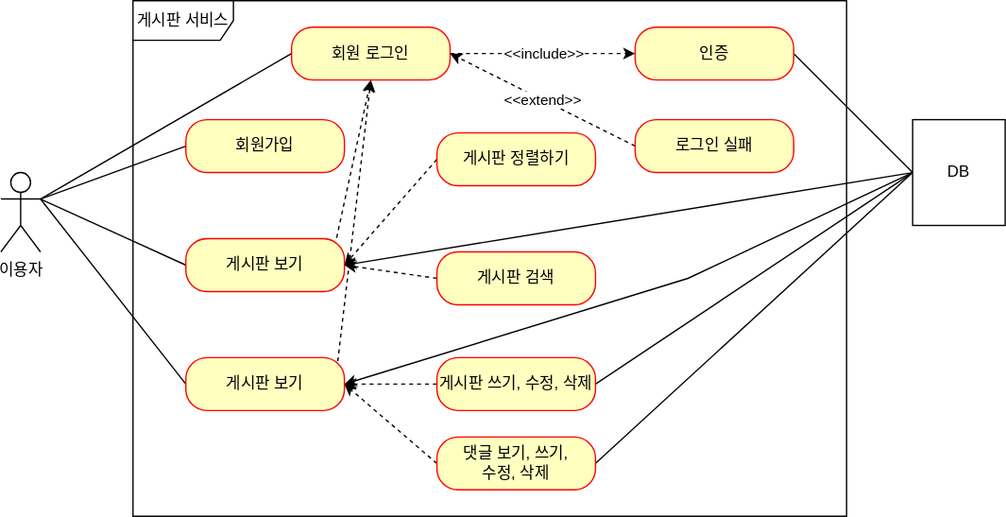
Earlier version of the draw.io export document/use-case.svg (flashrifle/project-board). Source tidied: cells renumbered, new cells last; positions are measured from the earlier drawing's top-left corner, leaving out a move shared by most shapes.
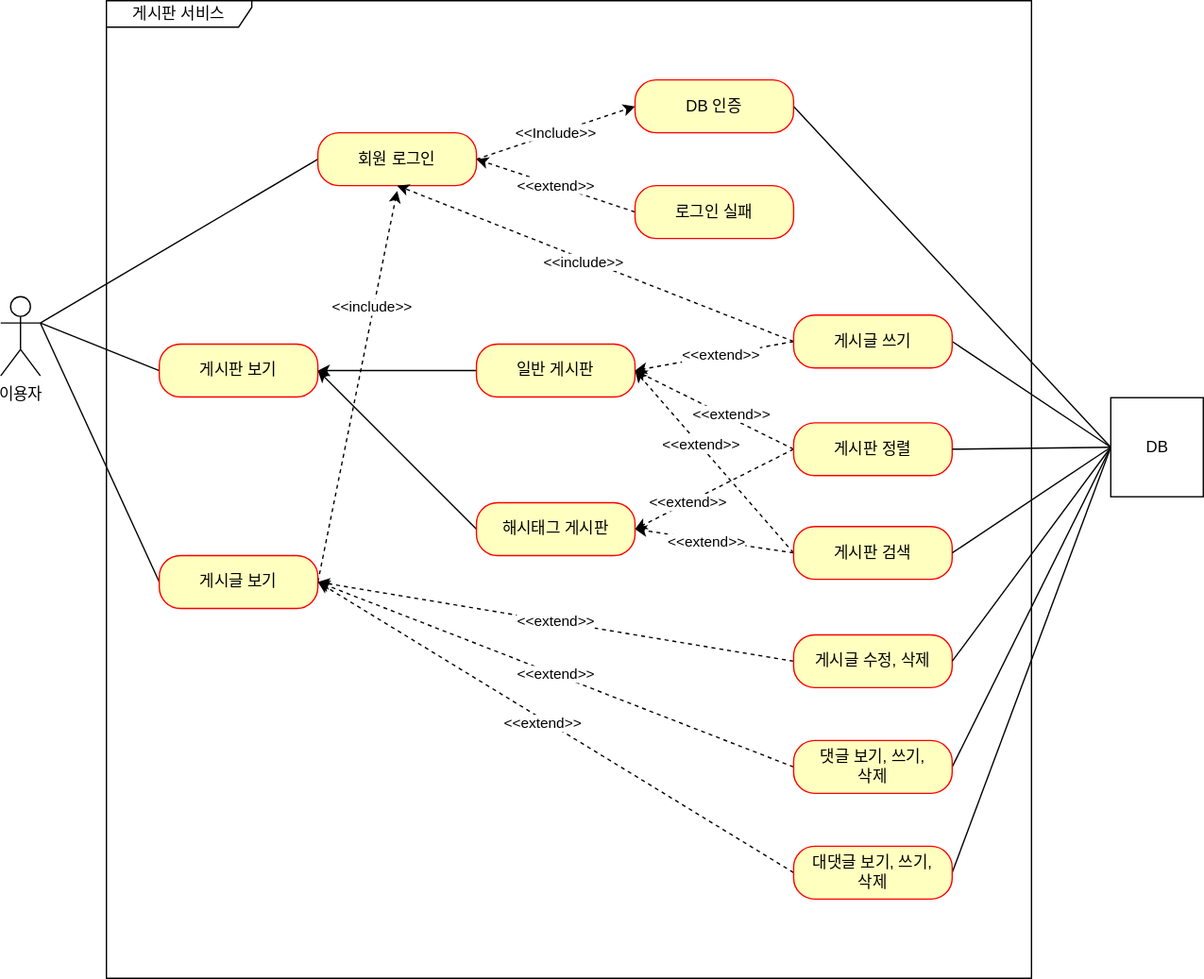
Later version of the same file.

Commit message:
#52 - use-case.svg: 현재 서비스 상황에 맞춰 업데이트

Change to the diagram source:
```diff
@@ -2,114 +2,165 @@
   <root>
     <mxCell id="0" />
     <mxCell id="1" parent="0" />
-    <mxCell id="2" value="이용자&lt;br&gt;" style="shape=umlActor;verticalLabelPosition=bottom;verticalAlign=top;html=1;" parent="1" vertex="1">
-      <mxGeometry y="130" width="30" height="60" as="geometry" />
+    <mxCell id="2" value="이용자" style="shape=umlActor;verticalLabelPosition=bottom;verticalAlign=top;html=1;" parent="1" vertex="1">
+      <mxGeometry x="-10" y="344" width="30" height="60" as="geometry" />
     </mxCell>
-    <mxCell id="3" value="게시판 서비스" style="shape=umlFrame;whiteSpace=wrap;html=1;width=76;height=30;" parent="1" vertex="1">
-      <mxGeometry x="100" width="540" height="390" as="geometry" />
+    <mxCell id="3" value="게시판 서비스" style="shape=umlFrame;whiteSpace=wrap;html=1;width=110;height=20;" parent="1" vertex="1">
+      <mxGeometry x="70" y="120" width="700" height="740" as="geometry" />
     </mxCell>
-    <mxCell id="4" style="jettySize=auto;html=1;exitX=0;exitY=0.5;exitDx=0;exitDy=0;entryX=1;entryY=0.3333333333333333;entryDx=0;entryDy=0;entryPerimeter=0;rounded=0;endArrow=none;endFill=0;" parent="1" edge="1" source="5" target="2">
-      <mxGeometry relative="1" as="geometry" />
-    </mxCell>
-    <mxCell id="5" value="회원가입" style="rounded=1;whiteSpace=wrap;html=1;arcSize=40;fontColor=#000000;fillColor=#ffffc0;strokeColor=#ff0000;" parent="1" vertex="1">
-      <mxGeometry x="140" y="90" width="120" height="40" as="geometry" />
-    </mxCell>
-    <mxCell id="6" style="rounded=0;jettySize=auto;html=1;endArrow=none;endFill=0;exitX=0;exitY=0.5;exitDx=0;exitDy=0;" parent="1" edge="1" source="8">
-      <mxGeometry relative="1" as="geometry">
-        <mxPoint x="30" y="150" as="targetPoint" />
-      </mxGeometry>
-    </mxCell>
-    <mxCell id="7" style="rounded=0;jettySize=auto;html=1;exitX=0.951;exitY=-0.017;exitDx=0;exitDy=0;entryX=0.5;entryY=1;entryDx=0;entryDy=0;dashed=1;exitPerimeter=0;" parent="1" edge="1" source="8" target="15">
-      <mxGeometry relative="1" as="geometry" />
-    </mxCell>
-    <mxCell id="8" value="게시판 보기" style="rounded=1;whiteSpace=wrap;html=1;arcSize=40;fontColor=#000000;fillColor=#ffffc0;strokeColor=#ff0000;" parent="1" vertex="1">
-      <mxGeometry x="140" y="180" width="120" height="40" as="geometry" />
-    </mxCell>
-    <mxCell id="9" style="rounded=0;jettySize=auto;html=1;endArrow=none;endFill=0;exitX=0;exitY=0.5;exitDx=0;exitDy=0;" parent="1" edge="1" source="11">
-      <mxGeometry relative="1" as="geometry">
-        <mxPoint x="30" y="150" as="targetPoint" />
-      </mxGeometry>
-    </mxCell>
-    <mxCell id="10" style="rounded=0;jettySize=auto;html=1;exitX=0.958;exitY=0.067;exitDx=0;exitDy=0;dashed=1;exitPerimeter=0;" parent="1" edge="1" source="11">
-      <mxGeometry relative="1" as="geometry">
-        <mxPoint x="280" y="60" as="targetPoint" />
-      </mxGeometry>
-    </mxCell>
-    <mxCell id="11" value="게시판 보기" style="rounded=1;whiteSpace=wrap;html=1;arcSize=40;fontColor=#000000;fillColor=#ffffc0;strokeColor=#ff0000;" parent="1" vertex="1">
-      <mxGeometry x="140" y="270" width="120" height="40" as="geometry" />
-    </mxCell>
-    <mxCell id="12" style="rounded=0;jettySize=auto;html=1;entryX=1;entryY=0.3333333333333333;entryDx=0;entryDy=0;entryPerimeter=0;exitX=0;exitY=0.5;exitDx=0;exitDy=0;endArrow=none;endFill=0;" parent="1" edge="1" source="15" target="2">
-      <mxGeometry relative="1" as="geometry" />
-    </mxCell>
-    <mxCell id="13" style="edgeStyle=orthogonalEdgeStyle;rounded=0;jettySize=auto;html=1;endArrow=classic;endFill=1;dashed=1;" parent="1" edge="1" source="15" target="17">
-      <mxGeometry relative="1" as="geometry" />
-    </mxCell>
-    <mxCell id="14" value="&amp;lt;&amp;lt;include&amp;gt;&amp;gt;" style="edgeLabel;html=1;align=center;verticalAlign=middle;" parent="13" vertex="1">
-      <mxGeometry x="-0.25" relative="1" as="geometry">
-        <mxPoint x="18" as="offset" />
-      </mxGeometry>
-    </mxCell>
+    <mxCell id="33" style="rounded=0;jettySize=auto;html=1;exitX=0;exitY=0.5;exitDx=0;exitDy=0;entryX=1;entryY=0.5;entryDx=0;entryDy=0;" parent="1" edge="1" source="34" target="36">
+      <mxGeometry relative="1" as="geometry" />
+    </mxCell>
+    <mxCell id="34" value="일반 게시판" style="rounded=1;whiteSpace=wrap;html=1;arcSize=40;fontColor=#000000;fillColor=#ffffc0;strokeColor=#ff0000;" parent="1" vertex="1">
+      <mxGeometry x="350" y="380" width="120" height="40" as="geometry" />
+    </mxCell>
+    <mxCell id="35" style="edgeStyle=none;rounded=0;jettySize=auto;html=1;exitX=0;exitY=0.5;exitDx=0;exitDy=0;entryX=1;entryY=0.3333333333333333;entryDx=0;entryDy=0;entryPerimeter=0;endArrow=none;endFill=0;" parent="1" edge="1" source="36" target="2">
+      <mxGeometry relative="1" as="geometry" />
+    </mxCell>
+    <mxCell id="36" value="게시판 보기" style="rounded=1;whiteSpace=wrap;html=1;arcSize=40;fontColor=#000000;fillColor=#ffffc0;strokeColor=#ff0000;" parent="1" vertex="1">
+      <mxGeometry x="110" y="380" width="120" height="40" as="geometry" />
+    </mxCell>
+    <mxCell id="37" style="edgeStyle=none;rounded=0;jettySize=auto;html=1;exitX=0;exitY=0.5;exitDx=0;exitDy=0;endArrow=none;endFill=0;" parent="1" edge="1" source="40">
+      <mxGeometry relative="1" as="geometry">
+        <mxPoint x="20" y="364" as="targetPoint" />
+      </mxGeometry>
+    </mxCell>
+    <mxCell id="38" style="edgeStyle=none;rounded=0;jettySize=auto;html=1;exitX=1;exitY=0.5;exitDx=0;exitDy=0;dashed=1;endArrow=classic;endFill=1;" parent="1" edge="1" source="40">
+      <mxGeometry relative="1" as="geometry">
+        <mxPoint x="290" y="264" as="targetPoint" />
+      </mxGeometry>
+    </mxCell>
+    <mxCell id="39" value="&amp;lt;&amp;lt;include&amp;gt;&amp;gt;" style="edgeLabel;html=1;align=center;verticalAlign=middle;" parent="38" vertex="1">
+      <mxGeometry x="0.41" y="2" relative="1" as="geometry" />
+    </mxCell>
+    <mxCell id="40" value="게시글 보기" style="rounded=1;whiteSpace=wrap;html=1;arcSize=40;fontColor=#000000;fillColor=#ffffc0;strokeColor=#ff0000;" parent="1" vertex="1">
+      <mxGeometry x="110" y="540" width="120" height="40" as="geometry" />
+    </mxCell>
+    <mxCell id="41" style="edgeStyle=none;rounded=0;jettySize=auto;html=1;exitX=0;exitY=0.5;exitDx=0;exitDy=0;endArrow=none;endFill=0;" parent="1" edge="1" source="15">
+      <mxGeometry relative="1" as="geometry">
+        <mxPoint x="20" y="364" as="targetPoint" />
+      </mxGeometry>
+    </mxCell>
+    <mxCell id="42" value="&amp;lt;&amp;lt;Include&amp;gt;&amp;gt;" style="rounded=0;jettySize=auto;html=1;exitX=1;exitY=0.5;exitDx=0;exitDy=0;entryX=0;entryY=0.5;entryDx=0;entryDy=0;dashed=1;" parent="1" edge="1" source="15" target="44">
+      <mxGeometry relative="1" as="geometry" />
+    </mxCell>
     <mxCell id="15" value="회원 로그인" style="rounded=1;whiteSpace=wrap;html=1;arcSize=40;fontColor=#000000;fillColor=#ffffc0;strokeColor=#ff0000;" parent="1" vertex="1">
-      <mxGeometry x="220" y="20" width="120" height="40" as="geometry" />
+      <mxGeometry x="230" y="220" width="120" height="40" as="geometry" />
     </mxCell>
-    <mxCell id="16" style="rounded=0;jettySize=auto;html=1;entryX=0;entryY=0.5;entryDx=0;entryDy=0;exitX=1;exitY=0.5;exitDx=0;exitDy=0;endArrow=none;endFill=0;" parent="1" edge="1" source="17" target="32">
-      <mxGeometry relative="1" as="geometry" />
-    </mxCell>
-    <mxCell id="17" value="인증" style="rounded=1;whiteSpace=wrap;html=1;arcSize=40;fontColor=#000000;fillColor=#ffffc0;strokeColor=#ff0000;" parent="1" vertex="1">
-      <mxGeometry x="480" y="20" width="120" height="40" as="geometry" />
-    </mxCell>
+    <mxCell id="43" style="edgeStyle=none;rounded=0;jettySize=auto;html=1;exitX=1;exitY=0.5;exitDx=0;exitDy=0;entryX=0;entryY=0.5;entryDx=0;entryDy=0;endArrow=none;endFill=0;" parent="1" edge="1" source="44" target="32">
+      <mxGeometry relative="1" as="geometry" />
+    </mxCell>
+    <mxCell id="44" value="DB 인증" style="rounded=1;whiteSpace=wrap;html=1;arcSize=40;fontColor=#000000;fillColor=#ffffc0;strokeColor=#ff0000;" parent="1" vertex="1">
+      <mxGeometry x="470" y="180" width="120" height="40" as="geometry" />
+    </mxCell>
-    <mxCell id="18" value="&amp;lt;&amp;lt;extend&amp;gt;&amp;gt;" style="rounded=0;jettySize=auto;html=1;exitX=0;exitY=0.5;exitDx=0;exitDy=0;entryX=1;entryY=0.5;entryDx=0;entryDy=0;endArrow=classic;endFill=1;dashed=1;" parent="1" edge="1" source="19" target="15">
+    <mxCell id="18" value="&amp;lt;&amp;lt;extend&amp;gt;&amp;gt;" style="edgeStyle=none;rounded=0;jettySize=auto;html=1;exitX=0;exitY=0.5;exitDx=0;exitDy=0;entryX=1;entryY=0.5;entryDx=0;entryDy=0;endArrow=classic;endFill=1;dashed=1;" parent="1" edge="1" source="19" target="15">
       <mxGeometry relative="1" as="geometry" />
     </mxCell>
     <mxCell id="19" value="로그인 실패" style="rounded=1;whiteSpace=wrap;html=1;arcSize=40;fontColor=#000000;fillColor=#ffffc0;strokeColor=#ff0000;" parent="1" vertex="1">
-      <mxGeometry x="480" y="90" width="120" height="40" as="geometry" />
+      <mxGeometry x="470" y="260" width="120" height="40" as="geometry" />
     </mxCell>
-    <mxCell id="20" style="rounded=0;jettySize=auto;html=1;entryX=1;entryY=0.5;entryDx=0;entryDy=0;dashed=1;exitX=0;exitY=0.5;exitDx=0;exitDy=0;" parent="1" edge="1" source="21" target="8">
-      <mxGeometry relative="1" as="geometry" />
-    </mxCell>
-    <mxCell id="21" value="게시판 정렬하기" style="rounded=1;whiteSpace=wrap;html=1;arcSize=40;fontColor=#000000;fillColor=#ffffc0;strokeColor=#ff0000;" parent="1" vertex="1">
-      <mxGeometry x="330" y="100" width="120" height="40" as="geometry" />
-    </mxCell>
-    <mxCell id="22" style="rounded=0;jettySize=auto;html=1;exitX=0;exitY=0.5;exitDx=0;exitDy=0;dashed=1;" parent="1" edge="1" source="23">
-      <mxGeometry relative="1" as="geometry">
-        <mxPoint x="260" y="200" as="targetPoint" />
-      </mxGeometry>
-    </mxCell>
+    <mxCell id="45" style="edgeStyle=none;rounded=0;jettySize=auto;html=1;exitX=0;exitY=0.5;exitDx=0;exitDy=0;entryX=1;entryY=0.5;entryDx=0;entryDy=0;dashed=1;endArrow=classic;endFill=1;" parent="1" edge="1" source="49" target="34">
+      <mxGeometry relative="1" as="geometry" />
+    </mxCell>
+    <mxCell id="46" value="&amp;lt;&amp;lt;extend&amp;gt;&amp;gt;" style="edgeLabel;html=1;align=center;verticalAlign=middle;" parent="45" vertex="1">
+      <mxGeometry x="-0.18" y="-3" relative="1" as="geometry" />
+    </mxCell>
+    <mxCell id="47" style="edgeStyle=none;rounded=0;jettySize=auto;html=1;exitX=0;exitY=0.5;exitDx=0;exitDy=0;entryX=1;entryY=0.5;entryDx=0;entryDy=0;dashed=1;" parent="1" edge="1" source="49" target="65">
+      <mxGeometry relative="1" as="geometry" />
+    </mxCell>
+    <mxCell id="48" value="&amp;lt;&amp;lt;extend&amp;gt;&amp;gt;" style="edgeLabel;html=1;align=center;verticalAlign=middle;" parent="47" vertex="1">
+      <mxGeometry x="0.33" relative="1" as="geometry">
+        <mxPoint x="-1" as="offset" />
+      </mxGeometry>
+    </mxCell>
+    <mxCell id="49" value="게시판 정렬" style="rounded=1;whiteSpace=wrap;html=1;arcSize=40;fontColor=#000000;fillColor=#ffffc0;strokeColor=#ff0000;" parent="1" vertex="1">
+      <mxGeometry x="590" y="439.5" width="120" height="40" as="geometry" />
+    </mxCell>
+    <mxCell id="50" style="edgeStyle=none;rounded=0;jettySize=auto;html=1;exitX=0;exitY=0.5;exitDx=0;exitDy=0;dashed=1;endArrow=classic;endFill=1;entryX=1;entryY=0.5;entryDx=0;entryDy=0;" parent="1" edge="1" source="23" target="34">
+      <mxGeometry relative="1" as="geometry" />
+    </mxCell>
+    <mxCell id="51" value="&amp;lt;&amp;lt;extend&amp;gt;&amp;gt;" style="edgeLabel;html=1;align=center;verticalAlign=middle;" parent="50" vertex="1">
+      <mxGeometry x="0.18" y="-1" relative="1" as="geometry" />
+    </mxCell>
+    <mxCell id="52" style="edgeStyle=none;rounded=0;jettySize=auto;html=1;exitX=0;exitY=0.5;exitDx=0;exitDy=0;entryX=1;entryY=0.5;entryDx=0;entryDy=0;dashed=1;" parent="1" edge="1" source="23" target="65">
+      <mxGeometry relative="1" as="geometry" />
+    </mxCell>
+    <mxCell id="53" value="&amp;lt;&amp;lt;extend&amp;gt;&amp;gt;" style="edgeLabel;html=1;align=center;verticalAlign=middle;" parent="52" vertex="1">
+      <mxGeometry x="0.11" y="2" relative="1" as="geometry">
+        <mxPoint x="1" as="offset" />
+      </mxGeometry>
+    </mxCell>
     <mxCell id="23" value="게시판 검색" style="rounded=1;whiteSpace=wrap;html=1;arcSize=40;fontColor=#000000;fillColor=#ffffc0;strokeColor=#ff0000;" parent="1" vertex="1">
-      <mxGeometry x="330" y="190" width="120" height="40" as="geometry" />
+      <mxGeometry x="590" y="518" width="120" height="40" as="geometry" />
     </mxCell>
-    <mxCell id="24" style="edgeStyle=orthogonalEdgeStyle;rounded=0;jettySize=auto;html=1;dashed=1;" parent="1" edge="1" source="26" target="11">
-      <mxGeometry relative="1" as="geometry" />
-    </mxCell>
-    <mxCell id="25" style="rounded=0;jettySize=auto;html=1;exitX=1;exitY=0.5;exitDx=0;exitDy=0;endArrow=none;endFill=0;" parent="1" edge="1" source="26">
-      <mxGeometry relative="1" as="geometry">
-        <mxPoint x="690" y="130" as="targetPoint" />
-      </mxGeometry>
-    </mxCell>
-    <mxCell id="26" value="게시판 쓰기, 수정, 삭제" style="rounded=1;whiteSpace=wrap;html=1;arcSize=40;fontColor=#000000;fillColor=#ffffc0;strokeColor=#ff0000;" parent="1" vertex="1">
-      <mxGeometry x="330" y="270" width="120" height="40" as="geometry" />
-    </mxCell>
-    <mxCell id="27" style="rounded=0;jettySize=auto;html=1;entryX=1;entryY=0.5;entryDx=0;entryDy=0;dashed=1;exitX=0;exitY=0.5;exitDx=0;exitDy=0;" parent="1" edge="1" source="29" target="11">
-      <mxGeometry relative="1" as="geometry" />
-    </mxCell>
-    <mxCell id="28" style="rounded=0;jettySize=auto;html=1;entryX=0;entryY=0.5;entryDx=0;entryDy=0;endArrow=none;endFill=0;exitX=1;exitY=0.5;exitDx=0;exitDy=0;" parent="1" edge="1" source="29" target="32">
-      <mxGeometry relative="1" as="geometry" />
-    </mxCell>
-    <mxCell id="29" value="댓글 보기, 쓰기, &lt;br&gt;수정, 삭제" style="rounded=1;whiteSpace=wrap;html=1;arcSize=40;fontColor=#000000;fillColor=#ffffc0;strokeColor=#ff0000;" parent="1" vertex="1">
-      <mxGeometry x="330" y="330" width="120" height="40" as="geometry" />
-    </mxCell>
-    <mxCell id="30" style="rounded=0;jettySize=auto;html=1;entryX=1;entryY=0.5;entryDx=0;entryDy=0;exitX=0;exitY=0.5;exitDx=0;exitDy=0;" parent="1" edge="1" source="32" target="8">
-      <mxGeometry relative="1" as="geometry" />
-    </mxCell>
-    <mxCell id="31" style="rounded=0;jettySize=auto;html=1;exitX=0;exitY=0.5;exitDx=0;exitDy=0;entryX=1;entryY=0.5;entryDx=0;entryDy=0;" parent="1" edge="1" source="32" target="11">
-      <mxGeometry relative="1" as="geometry">
-        <Array as="points">
-          <mxPoint x="520" y="210" />
-        </Array>
-      </mxGeometry>
-    </mxCell>
+    <mxCell id="54" value="&amp;lt;&amp;lt;extend&amp;gt;&amp;gt;" style="edgeStyle=none;rounded=0;jettySize=auto;html=1;exitX=0;exitY=0.5;exitDx=0;exitDy=0;entryX=1;entryY=0.5;entryDx=0;entryDy=0;dashed=1;endArrow=classic;endFill=1;" parent="1" edge="1" source="55" target="40">
+      <mxGeometry relative="1" as="geometry" />
+    </mxCell>
+    <mxCell id="55" value="게시글 수정, 삭제" style="rounded=1;whiteSpace=wrap;html=1;arcSize=40;fontColor=#000000;fillColor=#ffffc0;strokeColor=#ff0000;" parent="1" vertex="1">
+      <mxGeometry x="590" y="600" width="120" height="40" as="geometry" />
+    </mxCell>
+    <mxCell id="56" style="edgeStyle=none;rounded=0;jettySize=auto;html=1;exitX=0;exitY=0.5;exitDx=0;exitDy=0;dashed=1;endArrow=classic;endFill=1;entryX=1;entryY=0.5;entryDx=0;entryDy=0;" parent="1" edge="1" source="59" target="40">
+      <mxGeometry relative="1" as="geometry" />
+    </mxCell>
+    <mxCell id="57" value="&amp;lt;&amp;lt;extend&amp;gt;&amp;gt;" style="edgeLabel;html=1;align=center;verticalAlign=middle;" parent="56" vertex="1">
+      <mxGeometry x="0.01" relative="1" as="geometry" />
+    </mxCell>
+    <mxCell id="58" style="edgeStyle=none;rounded=0;jettySize=auto;html=1;exitX=1;exitY=0.5;exitDx=0;exitDy=0;endArrow=none;endFill=0;entryX=0;entryY=0.5;entryDx=0;entryDy=0;" parent="1" edge="1" source="59" target="32">
+      <mxGeometry relative="1" as="geometry" />
+    </mxCell>
+    <mxCell id="59" value="댓글 보기, 쓰기,&lt;br&gt;삭제" style="rounded=1;whiteSpace=wrap;html=1;arcSize=40;fontColor=#000000;fillColor=#ffffc0;strokeColor=#ff0000;" parent="1" vertex="1">
+      <mxGeometry x="590" y="680" width="120" height="40" as="geometry" />
+    </mxCell>
+    <mxCell id="60" style="edgeStyle=none;rounded=0;jettySize=auto;html=1;exitX=0;exitY=0.5;exitDx=0;exitDy=0;entryX=1;entryY=0.5;entryDx=0;entryDy=0;endArrow=none;endFill=0;" parent="1" edge="1" source="32" target="55">
+      <mxGeometry relative="1" as="geometry" />
+    </mxCell>
+    <mxCell id="61" style="edgeStyle=none;rounded=0;jettySize=auto;html=1;exitX=0;exitY=0.5;exitDx=0;exitDy=0;entryX=1;entryY=0.5;entryDx=0;entryDy=0;endArrow=none;endFill=0;" parent="1" edge="1" source="32" target="23">
+      <mxGeometry relative="1" as="geometry" />
+    </mxCell>
+    <mxCell id="62" style="edgeStyle=none;rounded=0;jettySize=auto;html=1;exitX=0;exitY=0.5;exitDx=0;exitDy=0;entryX=1;entryY=0.5;entryDx=0;entryDy=0;endArrow=none;endFill=0;" parent="1" edge="1" source="32" target="49">
+      <mxGeometry relative="1" as="geometry" />
+    </mxCell>
+    <mxCell id="63" style="edgeStyle=none;rounded=0;jettySize=auto;html=1;exitX=0;exitY=0.5;exitDx=0;exitDy=0;entryX=1;entryY=0.5;entryDx=0;entryDy=0;endArrow=none;endFill=0;" parent="1" edge="1" source="32" target="71">
+      <mxGeometry relative="1" as="geometry" />
+    </mxCell>
-    <mxCell id="32" value="DB" style="html=1;whiteSpace=wrap;" parent="1" vertex="1">
-      <mxGeometry x="690" y="90" width="70" height="80" as="geometry" />
+    <mxCell id="32" value="DB" style="html=1;" parent="1" vertex="1">
+      <mxGeometry x="830" y="420.5" width="70" height="75" as="geometry" />
     </mxCell>
+    <mxCell id="64" style="jettySize=auto;html=1;exitX=0;exitY=0.5;exitDx=0;exitDy=0;entryX=1;entryY=0.5;entryDx=0;entryDy=0;rounded=0;" parent="1" edge="1" source="65" target="36">
+      <mxGeometry relative="1" as="geometry" />
+    </mxCell>
+    <mxCell id="65" value="해시태그 게시판" style="rounded=1;whiteSpace=wrap;html=1;arcSize=40;fontColor=#000000;fillColor=#ffffc0;strokeColor=#ff0000;" parent="1" vertex="1">
+      <mxGeometry x="350" y="500" width="120" height="40" as="geometry" />
+    </mxCell>
+    <mxCell id="66" style="edgeStyle=none;rounded=0;orthogonalLoop=1;jettySize=auto;html=1;exitX=0;exitY=0.5;exitDx=0;exitDy=0;" parent="1" edge="1" source="23" target="23">
+      <mxGeometry relative="1" as="geometry" />
+    </mxCell>
+    <mxCell id="67" style="edgeStyle=none;rounded=0;jettySize=auto;html=1;exitX=0;exitY=0.5;exitDx=0;exitDy=0;entryX=1;entryY=0.5;entryDx=0;entryDy=0;dashed=1;" parent="1" edge="1" source="71" target="34">
+      <mxGeometry relative="1" as="geometry" />
+    </mxCell>
+    <mxCell id="68" value="&amp;lt;&amp;lt;extend&amp;gt;&amp;gt;" style="edgeLabel;html=1;align=center;verticalAlign=middle;" parent="67" vertex="1">
+      <mxGeometry x="-0.09" y="-1" relative="1" as="geometry" />
+    </mxCell>
+    <mxCell id="69" style="edgeStyle=none;rounded=0;jettySize=auto;html=1;exitX=0;exitY=0.5;exitDx=0;exitDy=0;entryX=0.5;entryY=1;entryDx=0;entryDy=0;endArrow=classic;endFill=1;dashed=1;" parent="1" edge="1" source="71" target="15">
+      <mxGeometry relative="1" as="geometry" />
+    </mxCell>
+    <mxCell id="70" value="&amp;lt;&amp;lt;include&amp;gt;&amp;gt;" style="edgeLabel;html=1;align=center;verticalAlign=middle;" parent="69" vertex="1">
+      <mxGeometry x="0.06" y="2" relative="1" as="geometry" />
+    </mxCell>
+    <mxCell id="71" value="게시글 쓰기" style="rounded=1;whiteSpace=wrap;html=1;arcSize=40;fontColor=#000000;fillColor=#ffffc0;strokeColor=#ff0000;" parent="1" vertex="1">
+      <mxGeometry x="590" y="358" width="120" height="40" as="geometry" />
+    </mxCell>
+    <mxCell id="72" style="edgeStyle=none;rounded=0;jettySize=auto;html=1;exitX=0;exitY=0.5;exitDx=0;exitDy=0;entryX=1;entryY=0.5;entryDx=0;entryDy=0;endArrow=classic;endFill=1;dashed=1;" parent="1" edge="1" source="75" target="40">
+      <mxGeometry relative="1" as="geometry" />
+    </mxCell>
+    <mxCell id="73" value="&amp;lt;&amp;lt;extend&amp;gt;&amp;gt;" style="edgeLabel;html=1;align=center;verticalAlign=middle;" parent="72" vertex="1">
+      <mxGeometry x="0.05" y="3" relative="1" as="geometry" />
+    </mxCell>
+    <mxCell id="74" style="edgeStyle=none;rounded=0;jettySize=auto;html=1;exitX=1;exitY=0.5;exitDx=0;exitDy=0;entryX=0;entryY=0.5;entryDx=0;entryDy=0;endArrow=none;endFill=0;" parent="1" edge="1" source="75" target="32">
+      <mxGeometry relative="1" as="geometry" />
+    </mxCell>
+    <mxCell id="75" value="대댓글 보기, 쓰기,&lt;br&gt;삭제" style="rounded=1;whiteSpace=wrap;html=1;arcSize=40;fontColor=#000000;fillColor=#ffffc0;strokeColor=#ff0000;" parent="1" vertex="1">
+      <mxGeometry x="590" y="760" width="120" height="40" as="geometry" />
+    </mxCell>
   </root>
 </mxGraphModel>
```
